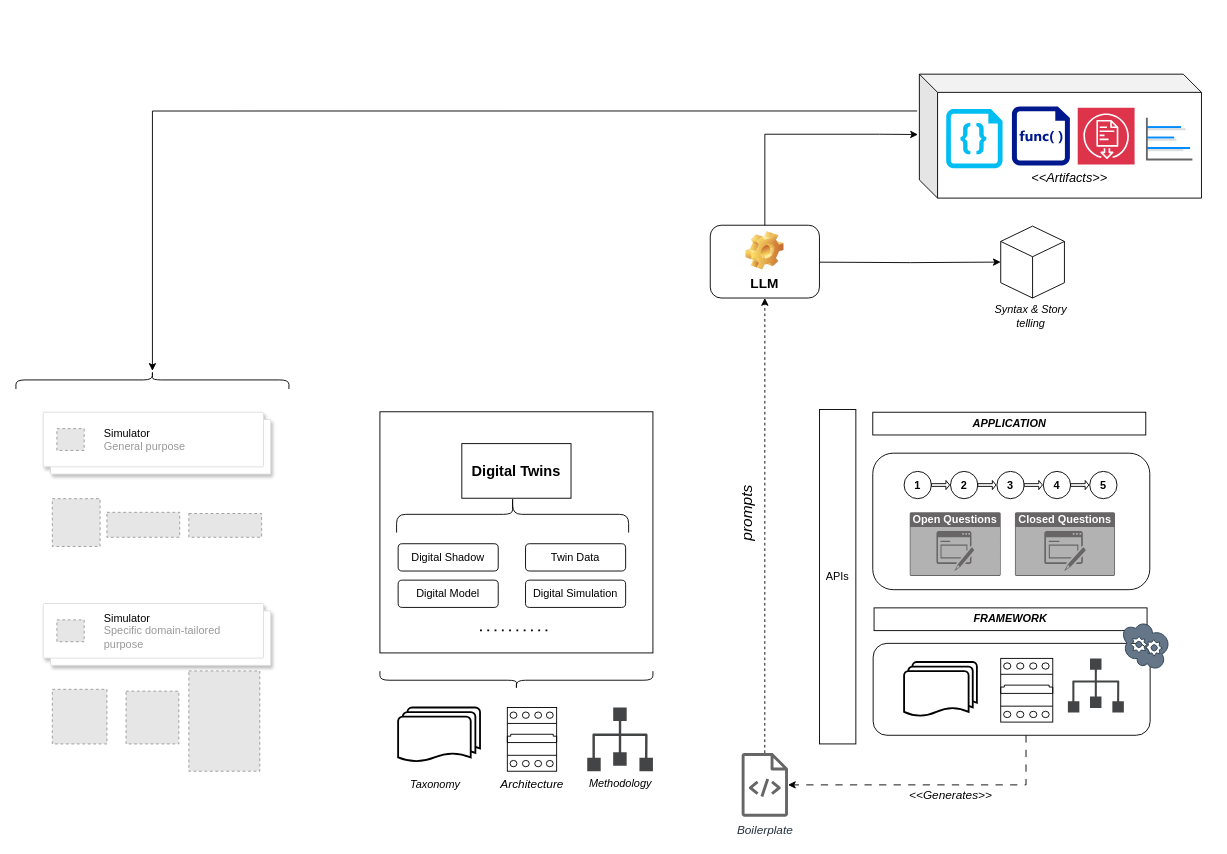
Earlier version of the draw.io diagram drawio/mams/dd-twins/DDTwins_Architecture.drawio (scrodrig/Diagrams). Source tidied: cells renumbered, new cells numbered last; positions are measured from the earlier drawing's top-left corner, leaving out a move shared by most shapes. Both pictures are drawn from the tidied source at 91%, with x=0, y=0 at pixel (43, 74). Pictures stored in the file or linked from it are replaced by grey dashed boxes.
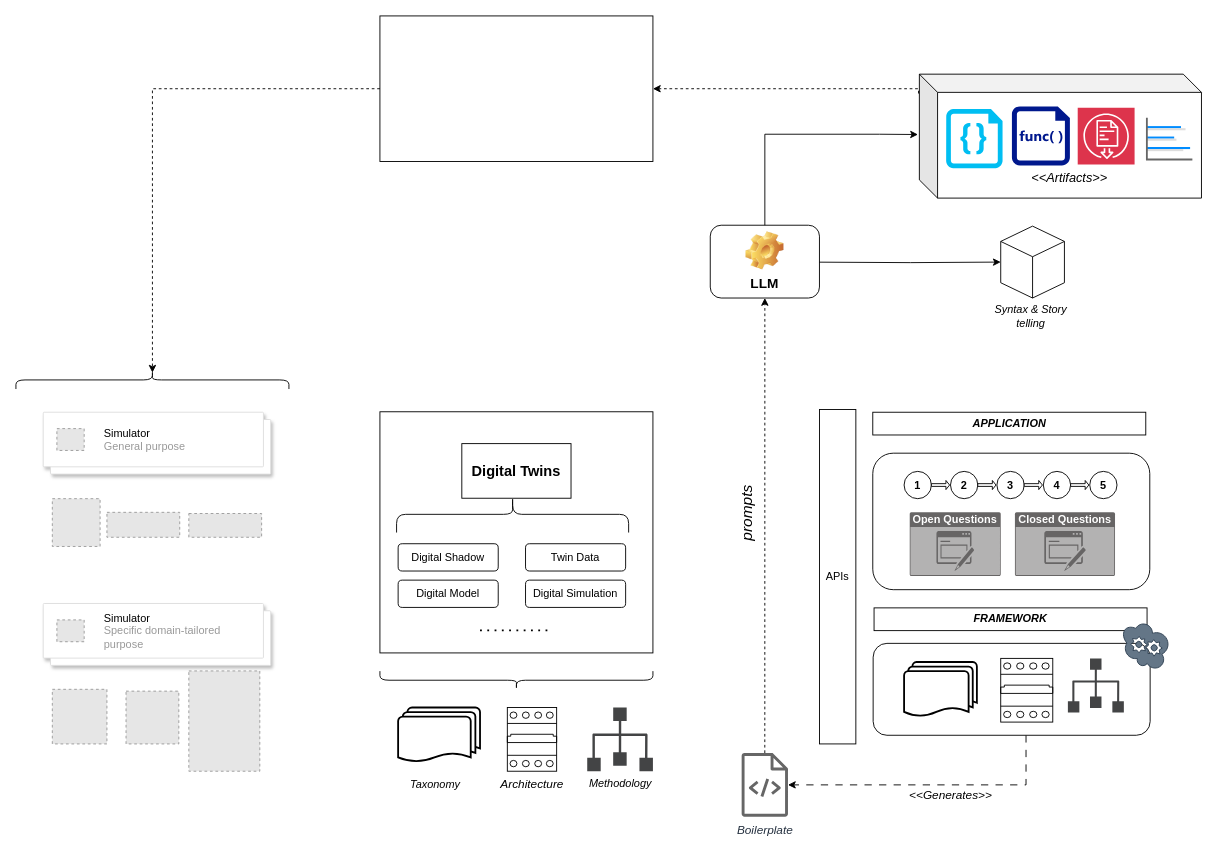
The same page after the edit.

Commit message:
Add a middleware to artifacts and simulators

The change refers to these unchanged cells:
```xml
<mxCell id="47" value="&lt;i&gt;&lt;br&gt;&lt;br&gt;&lt;br&gt;&lt;br&gt;&lt;br&gt;&lt;font style=&quot;font-size: 14px;&quot;&gt;&amp;lt;&amp;lt;Artifacts&amp;gt;&amp;gt;&lt;/font&gt;&lt;/i&gt;" style="shape=cube;whiteSpace=wrap;html=1;boundedLbl=1;backgroundOutline=1;darkOpacity=0.05;darkOpacity2=0.1;" parent="46" vertex="1">
  <mxGeometry width="310" height="136.2" as="geometry" />
</mxCell>
<mxCell id="54" style="shape=curlyBracket;whiteSpace=wrap;html=1;rounded=1;flipH=1;labelPosition=right;verticalLabelPosition=middle;align=left;verticalAlign=middle;rotation=-90;size=0.5;" parent="1" vertex="1">
  <mxGeometry x="110" y="186" width="20" height="300" as="geometry" />
</mxCell>
```

The edit, as a diff of the source:
```diff
@@
-    <mxCell id="15" style="edgeStyle=orthogonalEdgeStyle;rounded=0;jettySize=auto;html=1;exitX=-0.008;exitY=0.297;exitDx=0;exitDy=0;exitPerimeter=0;" parent="1" edge="1" source="47" target="54">
-      <mxGeometry relative="1" as="geometry" />
-    </mxCell>
@@
+    <mxCell id="65" style="rounded=0;whiteSpace=wrap;html=1;" parent="1" vertex="1">
+      <mxGeometry x="370" y="-64" width="300" height="160" as="geometry" />
+    </mxCell>
+    <mxCell id="66" style="edgeStyle=orthogonalEdgeStyle;rounded=0;jettySize=auto;html=1;entryX=1;entryY=0.5;entryDx=0;entryDy=0;exitX=-0.003;exitY=0.156;exitDx=0;exitDy=0;exitPerimeter=0;dashed=1;" parent="1" edge="1" source="47" target="65">
+      <mxGeometry relative="1" as="geometry">
+        <Array as="points">
+          <mxPoint x="962" y="16" />
+        </Array>
+      </mxGeometry>
+    </mxCell>
+    <mxCell id="67" style="edgeStyle=orthogonalEdgeStyle;rounded=0;jettySize=auto;html=1;entryX=0.1;entryY=0.5;entryDx=0;entryDy=0;entryPerimeter=0;dashed=1;" parent="1" edge="1" source="65" target="54">
+      <mxGeometry relative="1" as="geometry" />
+    </mxCell>
```
